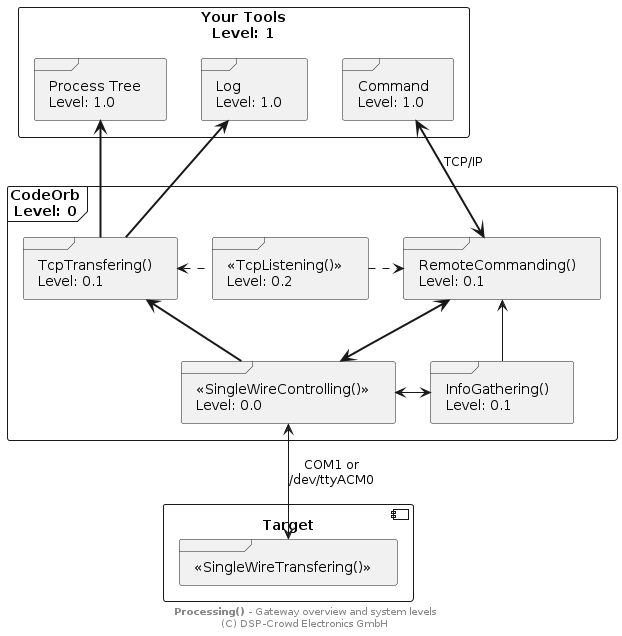
NoOrientationProgramming/code-orb keeps this PlantUML diagram as doc/system/overview-gw_lvl.png. Above is the earlier version.
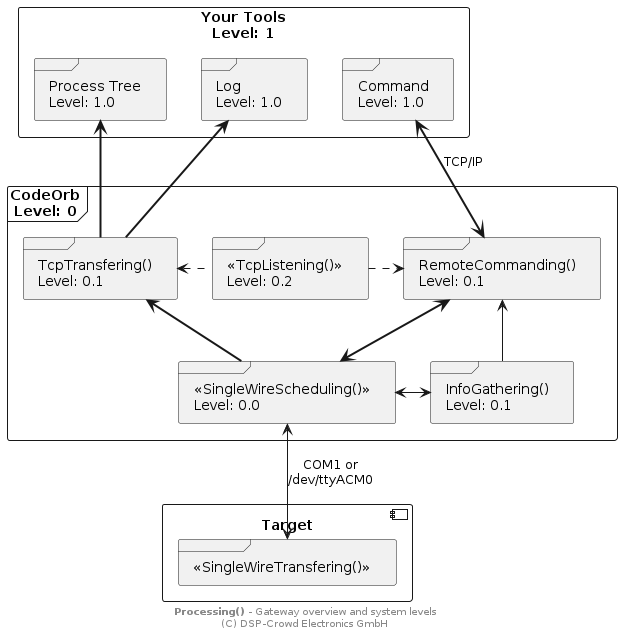
After the commit.

What changed in the source:
```diff
@@ -14,7 +14,7 @@
 	frame "TcpTransfering()\nLevel: 0.1" as pTrans
 	frame "RemoteCommanding()\nLevel: 0.1" as pCmdRemote
 	frame "InfoGathering()\nLevel: 0.1" as pGather
-	frame "<<SingleWireControlling()>>\nLevel: 0.0" as pSwc
+	frame "<<SingleWireScheduling()>>\nLevel: 0.0" as pSwc
 }
 
 component "Target" as pTarget {
```
